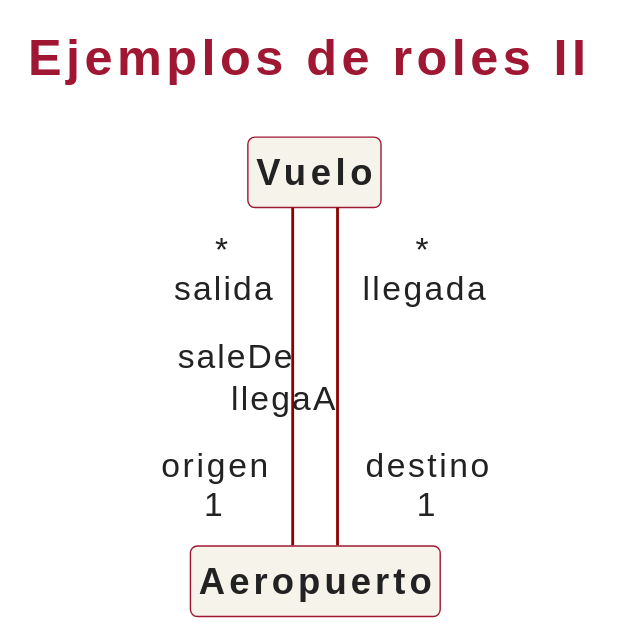
The PlantUML diagram assets/slides/iissi1/t6-introduccion-al-modelado-conceptual/puml/dc-ejemplo-roles-II.svg in IISSI-US/web, before a commit. Source of this version:
```plantuml
@startuml
title Ejemplos de roles II
!include ../../puml/teoria.iuml

Vuelo "*\nsalida" --- "origen\n1" Aeropuerto : saleDe
Vuelo "*\nllegada" --- "destino\n1" Aeropuerto : llegaA
@enduml
```
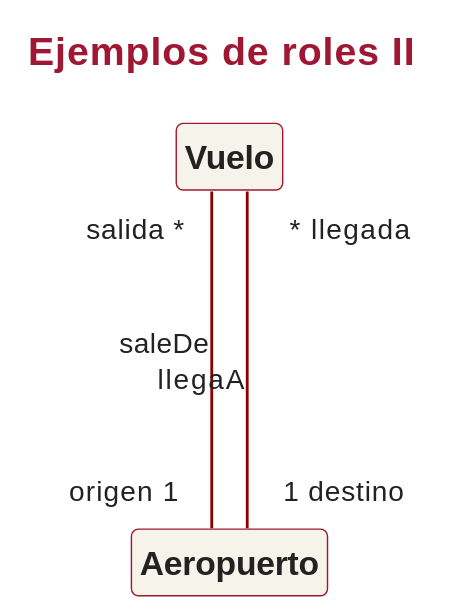
After the commit.

The edit, as a diff of the source:
```diff
@@ -2,6 +2,7 @@
 title Ejemplos de roles II
 !include ../../puml/teoria.iuml
 
-Vuelo "*\nsalida" --- "origen\n1" Aeropuerto : saleDe
-Vuelo "*\nllegada" --- "destino\n1" Aeropuerto : llegaA
+
+Vuelo "salida *" --- "origen 1" Aeropuerto : saleDe
+Vuelo " * llegada" --- "1 destino" Aeropuerto : "llegaA"
 @enduml
```
